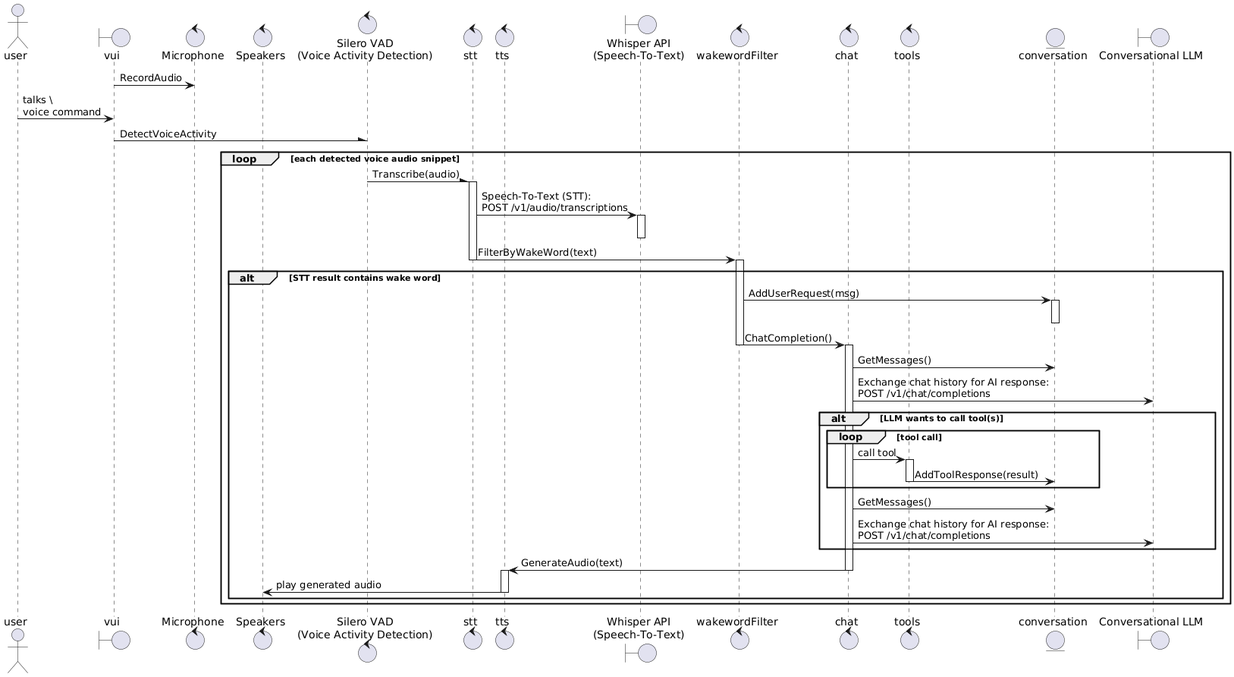
Earlier version of the PlantUML export docs/sequence-diagram.png (mgoltzsche/ai-assistant-vui). Its source is kept beside it as docs/sequence-diagram.puml.
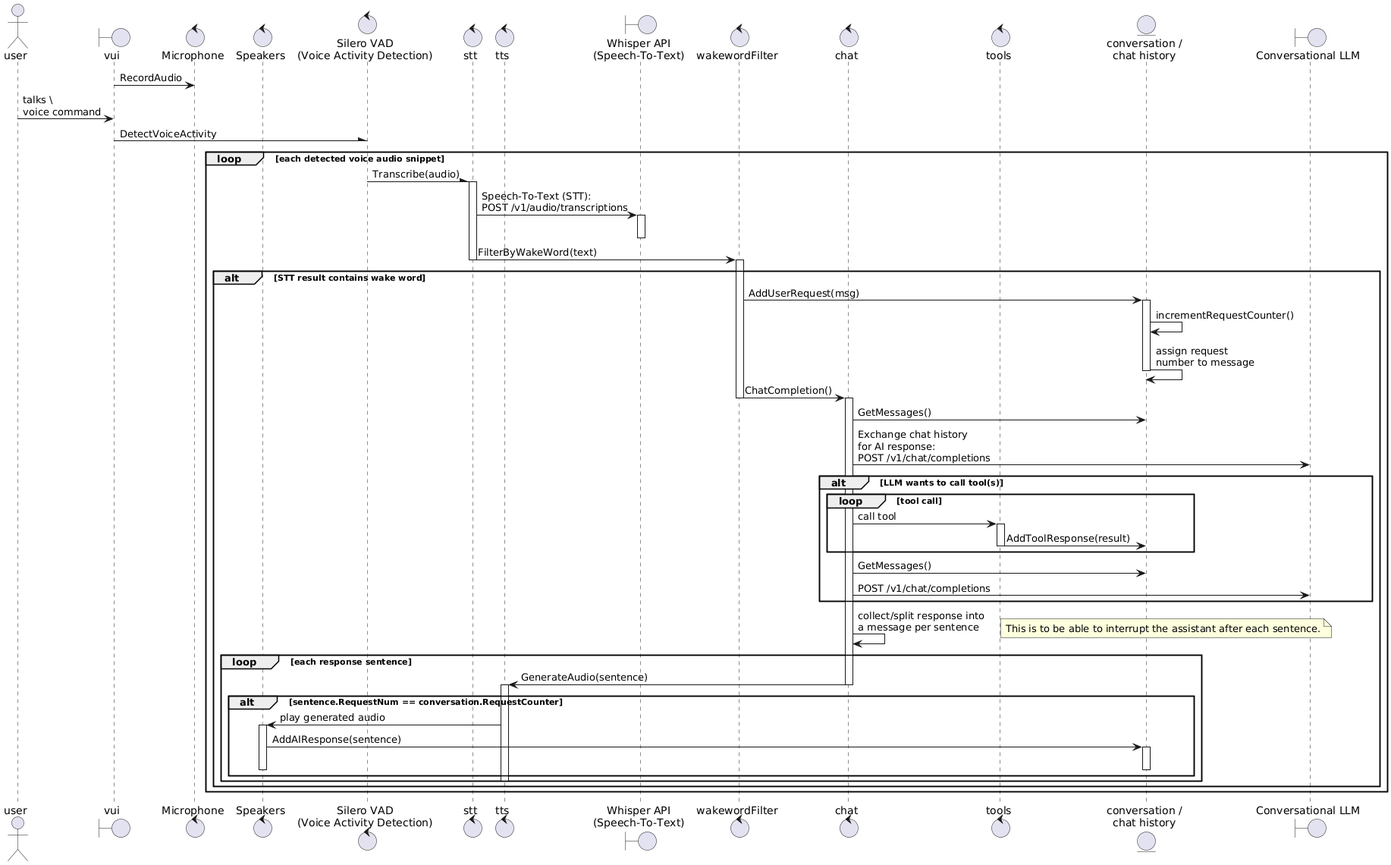
Above is the later version.

Commit message:
docs: update sequence diagram

...to illustrate verbal interruption

Diff of the diagram source:
```diff
@@ -11,7 +11,7 @@
 control wakewordFilter
 control chat
 control tools
-entity conversation
+entity conversation as "conversation /\nchat history"
 boundary llm as "Conversational LLM"
 
 vui -> audioInput : RecordAudio
@@ -29,12 +29,14 @@
   alt STT result contains wake word
     wakewordFilter -> conversation : AddUserRequest(msg)
     activate conversation
+    conversation -> conversation : incrementRequestCounter()
+    conversation -> conversation : assign request\nnumber to message
     deactivate conversation
     wakewordFilter -> chat : ChatCompletion()
     deactivate wakewordFilter
     activate chat
     chat -> conversation : GetMessages()
-    chat -> llm : Exchange chat history for AI response:\nPOST /v1/chat/completions
+    chat -> llm : Exchange chat history\nfor AI response:\nPOST /v1/chat/completions
     alt LLM wants to call tool(s)
       loop tool call
         chat -> tools : call tool
@@ -43,13 +45,26 @@
         deactivate tools
       end
       chat -> conversation : GetMessages()
-      chat -> llm : Exchange chat history for AI response:\nPOST /v1/chat/completions
+      chat -> llm : POST /v1/chat/completions
     end
-    chat -> tts : GenerateAudio(text)
-    deactivate chat
-    activate tts
-    tts -> audioOutput : play generated audio
-    deactivate tts
+    chat -> chat : collect/split response into\na message per sentence
+    note right
+      This is to be able to interrupt the assistant after each sentence.
+    end note
+    loop each response sentence
+      chat -> tts : GenerateAudio(sentence)
+      deactivate chat
+      activate tts
+      alt sentence.RequestNum == conversation.RequestCounter
+        tts -> audioOutput : play generated audio
+        activate audioOutput
+        audioOutput -> conversation : AddAIResponse(sentence)
+        activate conversation
+        deactivate conversation
+        deactivate audioOutput
+      end
+      deactivate tts
+    end
   end
 end
 
```
